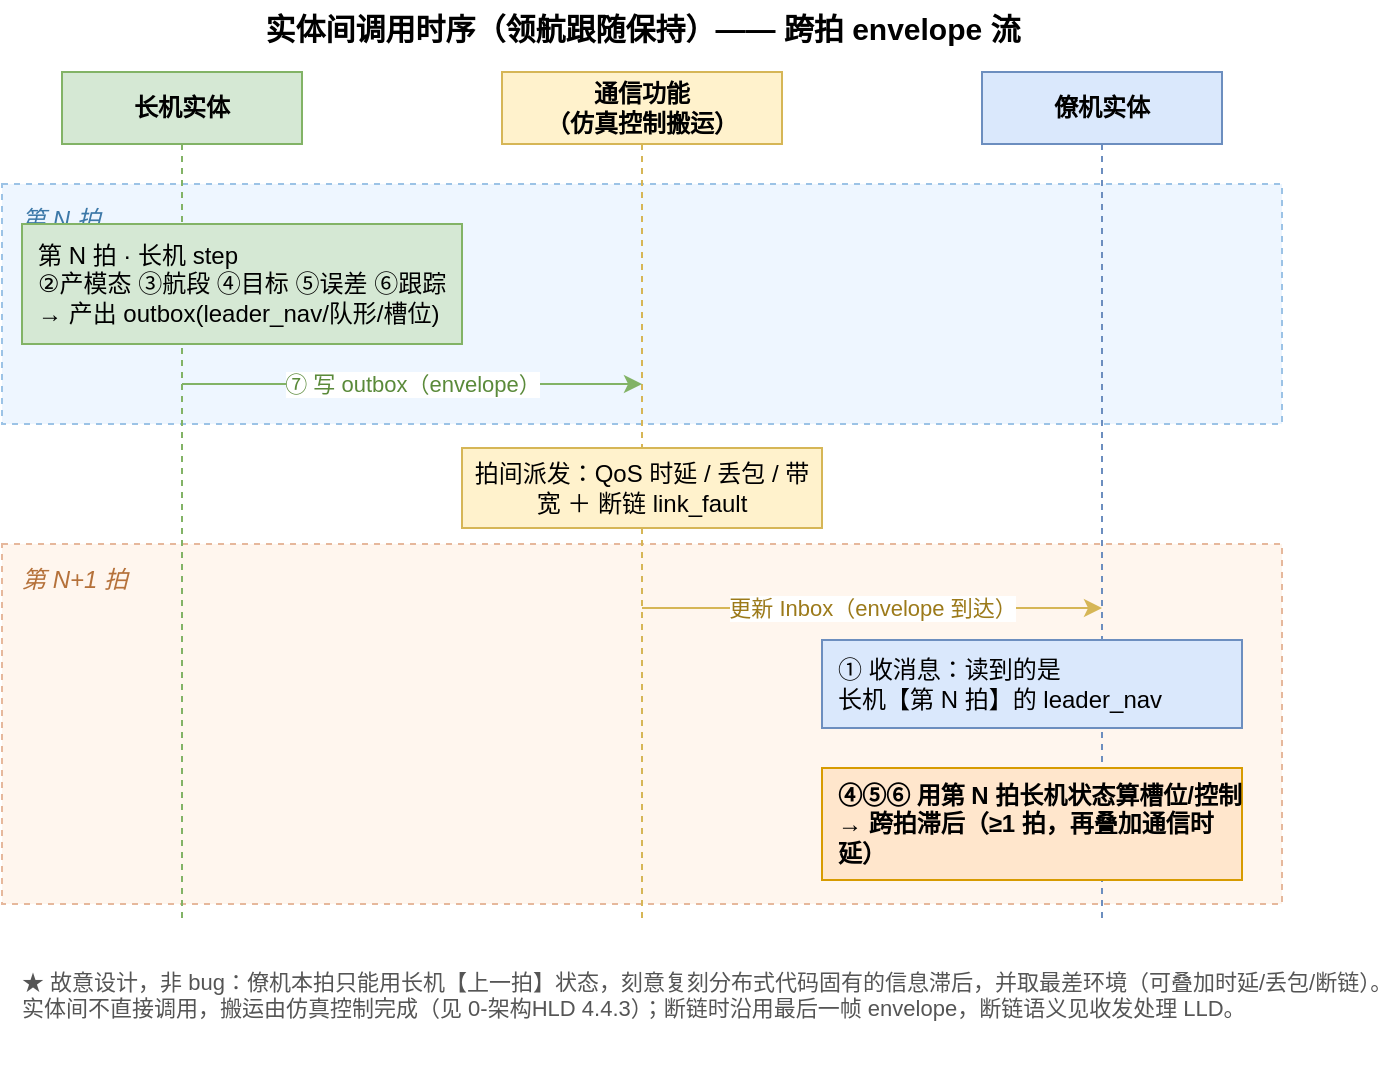
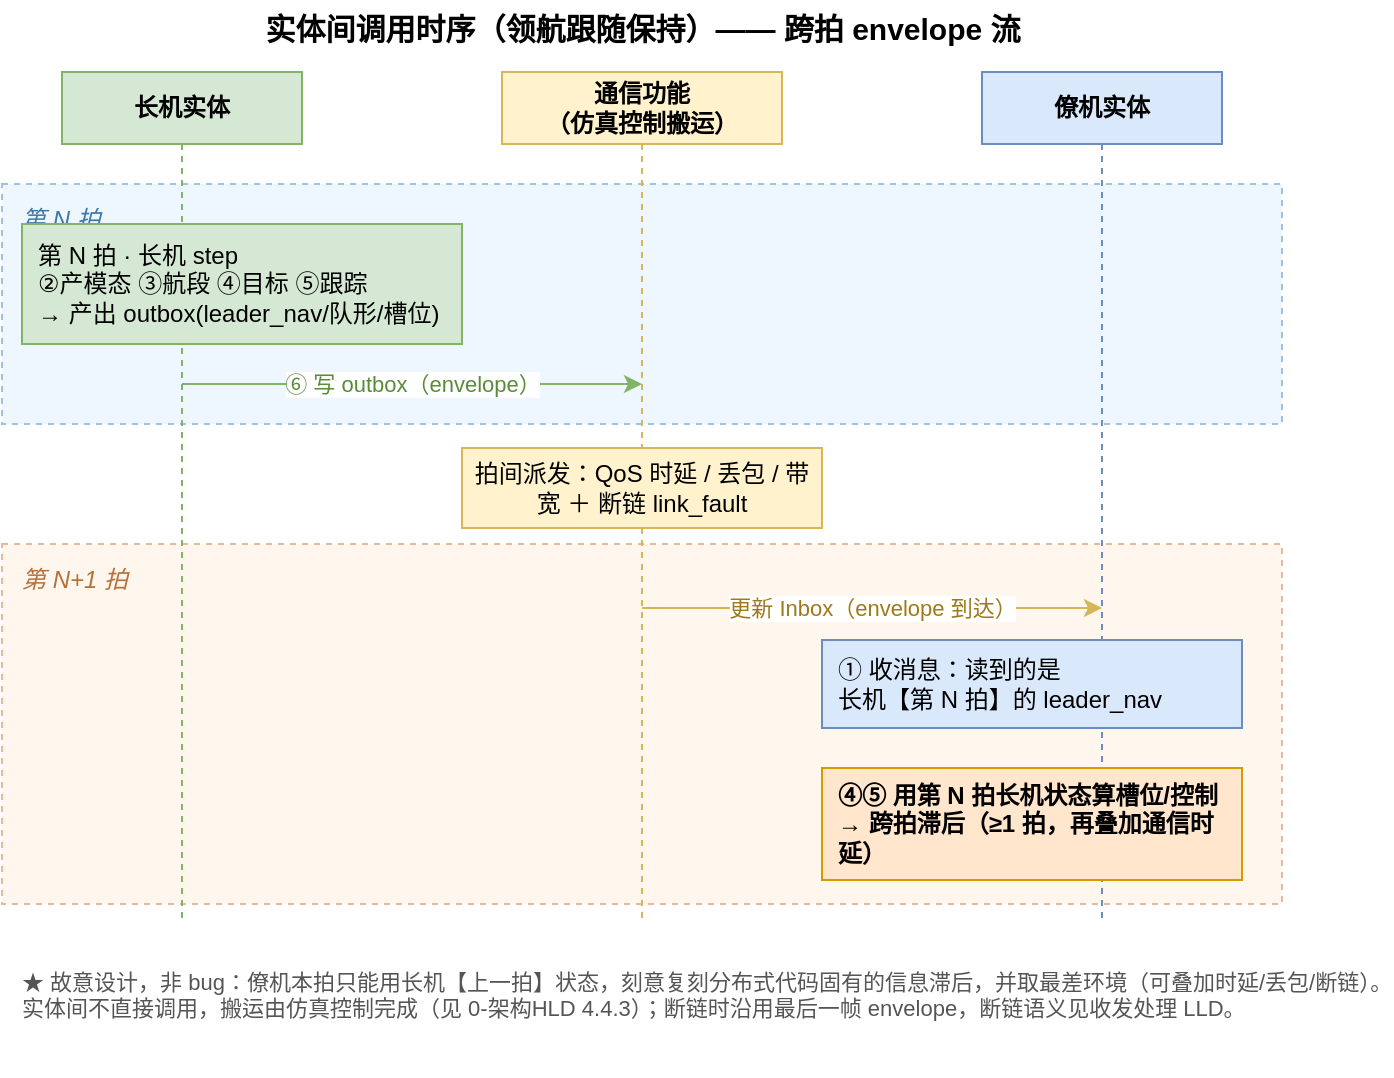
<mxfile host="app.diagrams.net">
  <diagram name="实体间调用时序" id="inter-entity-seq">
    <mxGraphModel dx="900" dy="640" grid="0" gridSize="10" guides="1" tooltips="1" connect="1" arrows="1" fold="1" page="1" pageScale="1" pageWidth="680" pageHeight="600" math="0" shadow="0">
      <root>
        <mxCell id="0" />
        <mxCell id="1" parent="0" />

        <mxCell id="phaseN" value="第 N 拍" style="rounded=0;whiteSpace=wrap;html=1;fillColor=#eef6ff;strokeColor=#9cc3e6;verticalAlign=top;align=left;fontStyle=2;fontColor=#3c78a8;spacingLeft=8;spacingTop=4;dashed=1;" vertex="1" parent="1">
          <mxGeometry x="20" y="100" width="640" height="120" as="geometry" />
        </mxCell>
        <mxCell id="phaseN1" value="第 N+1 拍" style="rounded=0;whiteSpace=wrap;html=1;fillColor=#fff6ee;strokeColor=#e6b89c;verticalAlign=top;align=left;fontStyle=2;fontColor=#b5713a;spacingLeft=8;spacingTop=4;dashed=1;" vertex="1" parent="1">
          <mxGeometry x="20" y="280" width="640" height="180" as="geometry" />
        </mxCell>

        <mxCell id="title" value="实体间调用时序（领航跟随保持）—— 跨拍 envelope 流" style="text;html=1;align=center;verticalAlign=middle;fontStyle=1;fontSize=15;" vertex="1" parent="1">
          <mxGeometry x="60" y="8" width="560" height="28" as="geometry" />
        </mxCell>

        <mxCell id="hL" value="长机实体" style="rounded=0;whiteSpace=wrap;html=1;fillColor=#d5e8d4;strokeColor=#82b366;fontStyle=1;" vertex="1" parent="1">
          <mxGeometry x="50" y="44" width="120" height="36" as="geometry" />
        </mxCell>
        <mxCell id="hC" value="通信功能&#10;（仿真控制搬运）" style="rounded=0;whiteSpace=wrap;html=1;fillColor=#fff2cc;strokeColor=#d6b656;fontStyle=1;" vertex="1" parent="1">
          <mxGeometry x="270" y="44" width="140" height="36" as="geometry" />
        </mxCell>
        <mxCell id="hF" value="僚机实体" style="rounded=0;whiteSpace=wrap;html=1;fillColor=#dae8fc;strokeColor=#6c8ebf;fontStyle=1;" vertex="1" parent="1">
          <mxGeometry x="510" y="44" width="120" height="36" as="geometry" />
        </mxCell>

        <mxCell id="llL" style="endArrow=none;dashed=1;html=1;strokeColor=#82b366;" edge="1" parent="1"><mxGeometry relative="1" as="geometry"><mxPoint x="110" y="80" as="sourcePoint" /><mxPoint x="110" y="470" as="targetPoint" /></mxGeometry></mxCell>
        <mxCell id="llC" style="endArrow=none;dashed=1;html=1;strokeColor=#d6b656;" edge="1" parent="1"><mxGeometry relative="1" as="geometry"><mxPoint x="340" y="80" as="sourcePoint" /><mxPoint x="340" y="470" as="targetPoint" /></mxGeometry></mxCell>
        <mxCell id="llF" style="endArrow=none;dashed=1;html=1;strokeColor=#6c8ebf;" edge="1" parent="1"><mxGeometry relative="1" as="geometry"><mxPoint x="570" y="80" as="sourcePoint" /><mxPoint x="570" y="470" as="targetPoint" /></mxGeometry></mxCell>

-         <mxCell id="noteL" value="第 N 拍 · 长机 step&#10;②产模态 ③航段 ④目标 ⑤误差 ⑥跟踪&#10;→ 产出 outbox(leader_nav/队形/槽位)" style="rounded=0;whiteSpace=wrap;html=1;fillColor=#d5e8d4;strokeColor=#82b366;align=left;spacingLeft=6;" vertex="1" parent="1">
+         <mxCell id="noteL" value="第 N 拍 · 长机 step&#10;②产模态 ③航段 ④目标 ⑤跟踪&#10;→ 产出 outbox(leader_nav/队形/槽位)" style="rounded=0;whiteSpace=wrap;html=1;fillColor=#d5e8d4;strokeColor=#82b366;align=left;spacingLeft=6;" vertex="1" parent="1">
          <mxGeometry x="30" y="120" width="220" height="60" as="geometry" />
        </mxCell>

-         <mxCell id="msg1" value="⑦ 写 outbox（envelope）" style="endArrow=classic;html=1;strokeColor=#82b366;fontColor=#5a8a3a;" edge="1" parent="1"><mxGeometry relative="1" as="geometry"><mxPoint x="110" y="200" as="sourcePoint" /><mxPoint x="340" y="200" as="targetPoint" /></mxGeometry></mxCell>
+         <mxCell id="msg1" value="⑥ 写 outbox（envelope）" style="endArrow=classic;html=1;strokeColor=#82b366;fontColor=#5a8a3a;" edge="1" parent="1"><mxGeometry relative="1" as="geometry"><mxPoint x="110" y="200" as="sourcePoint" /><mxPoint x="340" y="200" as="targetPoint" /></mxGeometry></mxCell>

        <mxCell id="noteC" value="拍间派发：QoS 时延 / 丢包 / 带宽 ＋ 断链 link_fault" style="rounded=0;whiteSpace=wrap;html=1;fillColor=#fff2cc;strokeColor=#d6b656;align=center;" vertex="1" parent="1">
          <mxGeometry x="250" y="232" width="180" height="40" as="geometry" />
        </mxCell>

        <mxCell id="msg2" value="更新 Inbox（envelope 到达）" style="endArrow=classic;html=1;strokeColor=#d6b656;fontColor=#9c7a1a;" edge="1" parent="1"><mxGeometry relative="1" as="geometry"><mxPoint x="340" y="312" as="sourcePoint" /><mxPoint x="570" y="312" as="targetPoint" /></mxGeometry></mxCell>

        <mxCell id="noteF1" value="① 收消息：读到的是&#10;长机【第 N 拍】的 leader_nav" style="rounded=0;whiteSpace=wrap;html=1;fillColor=#dae8fc;strokeColor=#6c8ebf;align=left;spacingLeft=6;" vertex="1" parent="1">
          <mxGeometry x="430" y="328" width="210" height="44" as="geometry" />
        </mxCell>

-         <mxCell id="noteF2" value="④⑤⑥ 用第 N 拍长机状态算槽位/控制&#10;→ 跨拍滞后（≥1 拍，再叠加通信时延）" style="rounded=0;whiteSpace=wrap;html=1;fillColor=#ffe6cc;strokeColor=#d79b00;align=left;spacingLeft=6;fontStyle=1;" vertex="1" parent="1">
+         <mxCell id="noteF2" value="④⑤ 用第 N 拍长机状态算槽位/控制&#10;→ 跨拍滞后（≥1 拍，再叠加通信时延）" style="rounded=0;whiteSpace=wrap;html=1;fillColor=#ffe6cc;strokeColor=#d79b00;align=left;spacingLeft=6;fontStyle=1;" vertex="1" parent="1">
          <mxGeometry x="430" y="392" width="210" height="56" as="geometry" />
        </mxCell>

        <mxCell id="foot" value="★ 故意设计，非 bug：僚机本拍只能用长机【上一拍】状态，刻意复刻分布式代码固有的信息滞后，并取最差环境（可叠加时延/丢包/断链）。&#10;实体间不直接调用，搬运由仿真控制完成（见 0-架构HLD 4.4.3）；断链时沿用最后一帧 envelope，断链语义见收发处理 LLD。" style="text;html=1;align=left;verticalAlign=top;fontSize=11;fontColor=#555555;spacingLeft=4;" vertex="1" parent="1">
          <mxGeometry x="24" y="486" width="632" height="60" as="geometry" />
        </mxCell>
      </root>
    </mxGraphModel>
  </diagram>
</mxfile>
